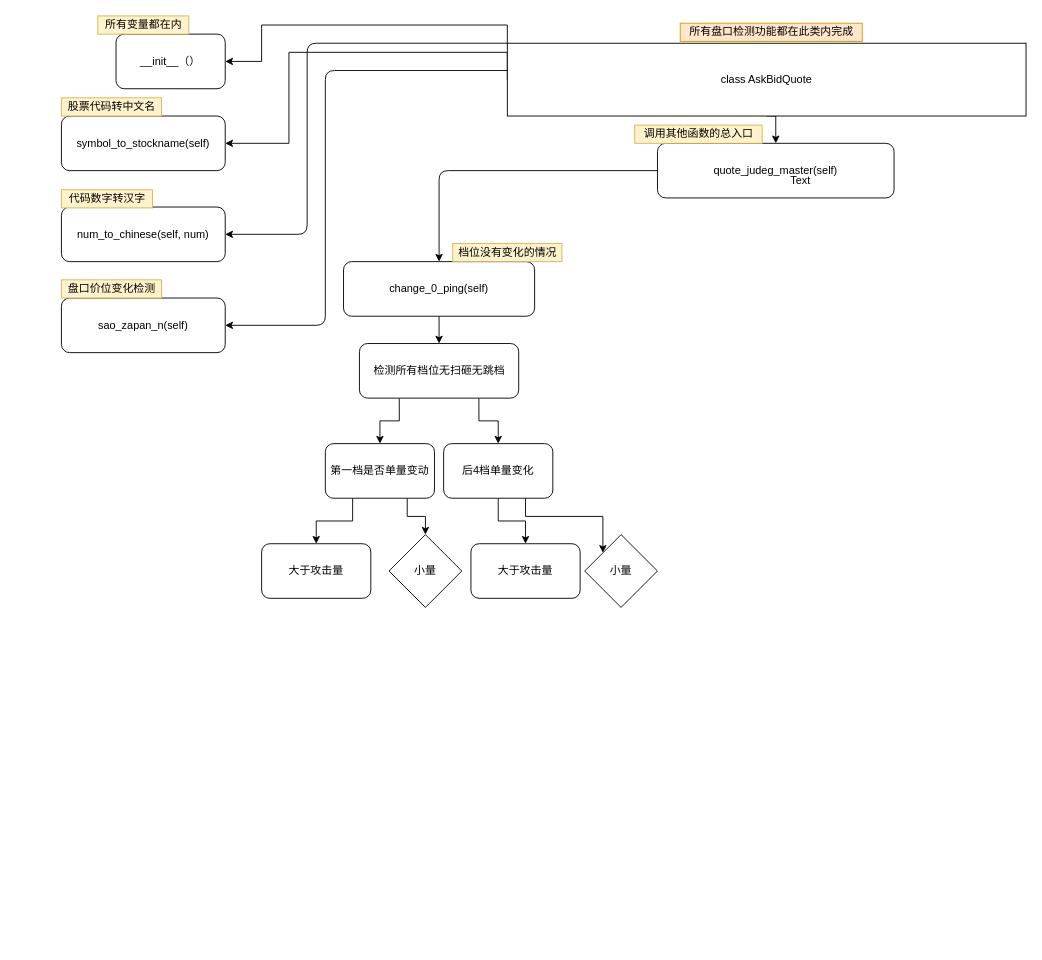
Before: AskBidQuote.drawio in liangshanbovsluomio/Quote_Quant_Process_Control, a draw.io diagram. Source tidied: cells renumbered, new cells numbered last; positions are measured from the earlier drawing's top-left corner, leaving out a move shared by most shapes. Both pictures are drawn from the tidied source at 91%, with x=0, y=0 at pixel (61, 15).
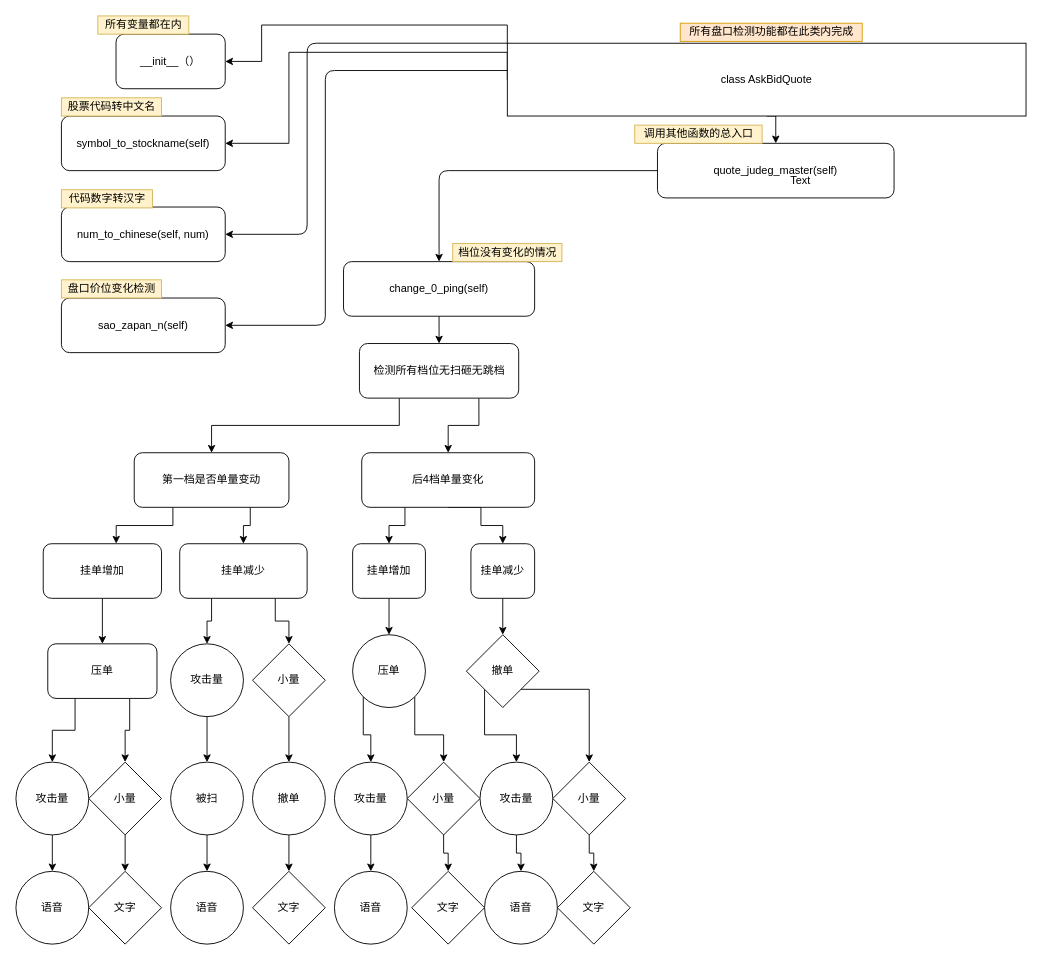
The same page after the edit.

What changed in the source:
```diff
@@
-    <mxCell id="27" style="edgeStyle=orthogonalEdgeStyle;rounded=0;jettySize=auto;html=1;exitX=0.25;exitY=1;exitDx=0;exitDy=0;entryX=0.5;entryY=0;entryDx=0;entryDy=0;" parent="1" edge="1" source="29" target="33">
-      <mxGeometry relative="1" as="geometry" />
-    </mxCell>
-    <mxCell id="28" style="edgeStyle=orthogonalEdgeStyle;rounded=0;jettySize=auto;html=1;exitX=0.75;exitY=1;exitDx=0;exitDy=0;entryX=0.5;entryY=0;entryDx=0;entryDy=0;" parent="1" edge="1" source="29" target="34">
-      <mxGeometry relative="1" as="geometry" />
-    </mxCell>
+    <mxCell id="37" style="edgeStyle=orthogonalEdgeStyle;rounded=0;jettySize=auto;html=1;exitX=0.25;exitY=1;exitDx=0;exitDy=0;entryX=0.617;entryY=-0.002;entryDx=0;entryDy=0;entryPerimeter=0;" parent="1" edge="1" source="29" target="47">
+      <mxGeometry relative="1" as="geometry" />
+    </mxCell>
+    <mxCell id="38" style="edgeStyle=orthogonalEdgeStyle;rounded=0;jettySize=auto;html=1;exitX=0.75;exitY=1;exitDx=0;exitDy=0;entryX=0.5;entryY=0;entryDx=0;entryDy=0;" parent="1" edge="1" source="29" target="50">
+      <mxGeometry relative="1" as="geometry" />
+    </mxCell>
     <mxCell id="29" value="&lt;div&gt;第一档是否单量变动&lt;/div&gt;" style="rounded=1;whiteSpace=wrap;html=1;" parent="1" vertex="1">
-      <mxGeometry x="290" y="470" width="120" height="60" as="geometry" />
+      <mxGeometry x="80" y="480" width="170" height="60" as="geometry" />
     </mxCell>
     <mxCell id="30" style="edgeStyle=orthogonalEdgeStyle;rounded=0;jettySize=auto;html=1;exitX=0.5;exitY=1;exitDx=0;exitDy=0;" parent="1" edge="1" source="32" target="35">
-      <mxGeometry relative="1" as="geometry" />
+      <mxGeometry relative="1" as="geometry">
+        <Array as="points">
+          <mxPoint x="461" y="540" />
+          <mxPoint x="461" y="560" />
+          <mxPoint x="485" y="560" />
+        </Array>
+      </mxGeometry>
     </mxCell>
-    <mxCell id="31" style="edgeStyle=orthogonalEdgeStyle;rounded=0;jettySize=auto;html=1;exitX=0.75;exitY=1;exitDx=0;exitDy=0;entryX=0;entryY=0;entryDx=0;entryDy=0;" parent="1" edge="1" source="32" target="36">
-      <mxGeometry relative="1" as="geometry" />
-    </mxCell>
+    <mxCell id="39" style="edgeStyle=orthogonalEdgeStyle;rounded=0;jettySize=auto;html=1;exitX=0.25;exitY=1;exitDx=0;exitDy=0;entryX=0.5;entryY=0;entryDx=0;entryDy=0;" parent="1" edge="1" source="32" target="43">
+      <mxGeometry relative="1" as="geometry" />
+    </mxCell>
     <mxCell id="32" value="后4档单量变化" style="rounded=1;whiteSpace=wrap;html=1;" parent="1" vertex="1">
-      <mxGeometry x="420" y="470" width="120" height="60" as="geometry" />
+      <mxGeometry x="330" y="480" width="190" height="60" as="geometry" />
     </mxCell>
-    <mxCell id="33" value="&lt;div&gt;大于攻击量&lt;/div&gt;" style="rounded=1;whiteSpace=wrap;html=1;" parent="1" vertex="1">
-      <mxGeometry x="220" y="580" width="120" height="60" as="geometry" />
-    </mxCell>
+    <mxCell id="40" style="edgeStyle=orthogonalEdgeStyle;rounded=0;jettySize=auto;html=1;exitX=0.5;exitY=1;exitDx=0;exitDy=0;entryX=0.5;entryY=0;entryDx=0;entryDy=0;" parent="1" edge="1" source="34" target="60">
+      <mxGeometry relative="1" as="geometry" />
+    </mxCell>
     <mxCell id="34" value="小量" style="rhombus;whiteSpace=wrap;html=1;" parent="1" vertex="1">
-      <mxGeometry x="360" y="570" width="80" height="80" as="geometry" />
+      <mxGeometry x="30" y="820" width="80" height="80" as="geometry" />
     </mxCell>
+    <mxCell id="41" style="edgeStyle=orthogonalEdgeStyle;rounded=0;jettySize=auto;html=1;exitX=0.5;exitY=1;exitDx=0;exitDy=0;entryX=0.5;entryY=0;entryDx=0;entryDy=0;" parent="1" edge="1" source="35" target="71">
+      <mxGeometry relative="1" as="geometry" />
+    </mxCell>
-    <mxCell id="35" value="&lt;div&gt;大于攻击量&lt;/div&gt;" style="rounded=1;whiteSpace=wrap;html=1;" parent="1" vertex="1">
-      <mxGeometry x="450" y="580" width="120" height="60" as="geometry" />
+    <mxCell id="35" value="挂单减少" style="rounded=1;whiteSpace=wrap;html=1;" parent="1" vertex="1">
+      <mxGeometry x="450" y="580" width="70" height="60" as="geometry" />
     </mxCell>
-    <mxCell id="36" value="小量" style="rhombus;whiteSpace=wrap;html=1;" parent="1" vertex="1">
-      <mxGeometry x="575" y="570" width="80" height="80" as="geometry" />
-    </mxCell>
+    <mxCell id="42" style="edgeStyle=orthogonalEdgeStyle;rounded=0;jettySize=auto;html=1;exitX=0.5;exitY=1;exitDx=0;exitDy=0;entryX=0.5;entryY=0;entryDx=0;entryDy=0;" parent="1" edge="1" source="43" target="68">
+      <mxGeometry relative="1" as="geometry" />
+    </mxCell>
+    <mxCell id="43" value="挂单增加" style="rounded=1;whiteSpace=wrap;html=1;" parent="1" vertex="1">
+      <mxGeometry x="320" y="580" width="80" height="60" as="geometry" />
+    </mxCell>
+    <mxCell id="44" style="edgeStyle=orthogonalEdgeStyle;rounded=0;jettySize=auto;html=1;exitX=0.5;exitY=1;exitDx=0;exitDy=0;entryX=0.5;entryY=0;entryDx=0;entryDy=0;" parent="1" edge="1" source="45" target="56">
+      <mxGeometry relative="1" as="geometry" />
+    </mxCell>
+    <mxCell id="45" value="攻击量" style="ellipse;whiteSpace=wrap;html=1;" parent="1" vertex="1">
+      <mxGeometry x="120" y="690" width="80" height="80" as="geometry" />
+    </mxCell>
+    <mxCell id="46" style="edgeStyle=orthogonalEdgeStyle;rounded=0;jettySize=auto;html=1;exitX=0.5;exitY=1;exitDx=0;exitDy=0;entryX=0.5;entryY=0;entryDx=0;entryDy=0;" parent="1" edge="1" source="47" target="65">
+      <mxGeometry relative="1" as="geometry" />
+    </mxCell>
+    <mxCell id="47" value="挂单增加" style="rounded=1;whiteSpace=wrap;html=1;" parent="1" vertex="1">
+      <mxGeometry x="-20" y="580" width="130" height="60" as="geometry" />
+    </mxCell>
+    <mxCell id="48" style="edgeStyle=orthogonalEdgeStyle;rounded=0;jettySize=auto;html=1;exitX=0.25;exitY=1;exitDx=0;exitDy=0;entryX=0.5;entryY=0;entryDx=0;entryDy=0;" parent="1" edge="1" source="50" target="45">
+      <mxGeometry relative="1" as="geometry" />
+    </mxCell>
+    <mxCell id="49" style="edgeStyle=orthogonalEdgeStyle;rounded=0;jettySize=auto;html=1;exitX=0.75;exitY=1;exitDx=0;exitDy=0;entryX=0.5;entryY=0;entryDx=0;entryDy=0;" parent="1" edge="1" source="50" target="52">
+      <mxGeometry relative="1" as="geometry" />
+    </mxCell>
+    <mxCell id="50" value="挂单减少" style="rounded=1;whiteSpace=wrap;html=1;" parent="1" vertex="1">
+      <mxGeometry x="130" y="580" width="140" height="60" as="geometry" />
+    </mxCell>
+    <mxCell id="51" style="edgeStyle=orthogonalEdgeStyle;rounded=0;jettySize=auto;html=1;exitX=0.5;exitY=1;exitDx=0;exitDy=0;entryX=0.5;entryY=0;entryDx=0;entryDy=0;" parent="1" edge="1" source="52" target="58">
+      <mxGeometry relative="1" as="geometry" />
+    </mxCell>
+    <mxCell id="52" value="小量" style="rhombus;whiteSpace=wrap;html=1;" parent="1" vertex="1">
+      <mxGeometry x="210" y="690" width="80" height="80" as="geometry" />
+    </mxCell>
+    <mxCell id="53" style="edgeStyle=orthogonalEdgeStyle;rounded=0;jettySize=auto;html=1;exitX=0.5;exitY=1;exitDx=0;exitDy=0;entryX=0.5;entryY=0;entryDx=0;entryDy=0;" parent="1" edge="1" source="54" target="59">
+      <mxGeometry relative="1" as="geometry" />
+    </mxCell>
+    <mxCell id="54" value="攻击量" style="ellipse;whiteSpace=wrap;html=1;" parent="1" vertex="1">
+      <mxGeometry x="-50" y="820" width="80" height="80" as="geometry" />
+    </mxCell>
+    <mxCell id="55" style="edgeStyle=orthogonalEdgeStyle;rounded=0;jettySize=auto;html=1;exitX=0.5;exitY=1;exitDx=0;exitDy=0;entryX=0.5;entryY=0;entryDx=0;entryDy=0;" parent="1" edge="1" source="56" target="61">
+      <mxGeometry relative="1" as="geometry" />
+    </mxCell>
+    <mxCell id="56" value="&lt;div&gt;被扫&lt;/div&gt;" style="ellipse;whiteSpace=wrap;html=1;" parent="1" vertex="1">
+      <mxGeometry x="120" y="820" width="80" height="80" as="geometry" />
+    </mxCell>
+    <mxCell id="57" style="edgeStyle=orthogonalEdgeStyle;rounded=0;jettySize=auto;html=1;exitX=0.5;exitY=1;exitDx=0;exitDy=0;entryX=0.5;entryY=0;entryDx=0;entryDy=0;" parent="1" edge="1" source="58" target="62">
+      <mxGeometry relative="1" as="geometry" />
+    </mxCell>
+    <mxCell id="58" value="撤单" style="ellipse;whiteSpace=wrap;html=1;" parent="1" vertex="1">
+      <mxGeometry x="210" y="820" width="80" height="80" as="geometry" />
+    </mxCell>
+    <mxCell id="59" value="语音" style="ellipse;whiteSpace=wrap;html=1;" parent="1" vertex="1">
+      <mxGeometry x="-50" y="940" width="80" height="80" as="geometry" />
+    </mxCell>
+    <mxCell id="60" value="文字" style="rhombus;whiteSpace=wrap;html=1;" parent="1" vertex="1">
+      <mxGeometry x="30" y="940" width="80" height="80" as="geometry" />
+    </mxCell>
+    <mxCell id="61" value="语音" style="ellipse;whiteSpace=wrap;html=1;" parent="1" vertex="1">
+      <mxGeometry x="120" y="940" width="80" height="80" as="geometry" />
+    </mxCell>
+    <mxCell id="62" value="文字" style="rhombus;whiteSpace=wrap;html=1;" parent="1" vertex="1">
+      <mxGeometry x="210" y="940" width="80" height="80" as="geometry" />
+    </mxCell>
+    <mxCell id="63" style="edgeStyle=orthogonalEdgeStyle;rounded=0;jettySize=auto;html=1;exitX=0.25;exitY=1;exitDx=0;exitDy=0;entryX=0.5;entryY=0;entryDx=0;entryDy=0;" parent="1" edge="1" source="65" target="54">
+      <mxGeometry relative="1" as="geometry" />
+    </mxCell>
+    <mxCell id="64" style="edgeStyle=orthogonalEdgeStyle;rounded=0;jettySize=auto;html=1;exitX=0.75;exitY=1;exitDx=0;exitDy=0;" parent="1" edge="1" source="65" target="34">
+      <mxGeometry relative="1" as="geometry" />
+    </mxCell>
+    <mxCell id="65" value="压单" style="rounded=1;whiteSpace=wrap;html=1;" parent="1" vertex="1">
+      <mxGeometry x="-15" y="690" width="120" height="60" as="geometry" />
+    </mxCell>
+    <mxCell id="66" style="edgeStyle=orthogonalEdgeStyle;rounded=0;jettySize=auto;html=1;exitX=0;exitY=1;exitDx=0;exitDy=0;entryX=0.5;entryY=0;entryDx=0;entryDy=0;" parent="1" edge="1" source="68" target="73">
+      <mxGeometry relative="1" as="geometry" />
+    </mxCell>
+    <mxCell id="67" style="edgeStyle=orthogonalEdgeStyle;rounded=0;jettySize=auto;html=1;exitX=1;exitY=1;exitDx=0;exitDy=0;entryX=0.5;entryY=0;entryDx=0;entryDy=0;" parent="1" edge="1" source="68" target="75">
+      <mxGeometry relative="1" as="geometry" />
+    </mxCell>
+    <mxCell id="68" value="压单" style="ellipse;whiteSpace=wrap;html=1;" parent="1" vertex="1">
+      <mxGeometry x="320" y="680" width="80" height="80" as="geometry" />
+    </mxCell>
+    <mxCell id="69" style="edgeStyle=orthogonalEdgeStyle;rounded=0;jettySize=auto;html=1;exitX=0;exitY=1;exitDx=0;exitDy=0;entryX=0.5;entryY=0;entryDx=0;entryDy=0;" parent="1" edge="1" source="71" target="77">
+      <mxGeometry relative="1" as="geometry" />
+    </mxCell>
+    <mxCell id="70" style="edgeStyle=orthogonalEdgeStyle;rounded=0;jettySize=auto;html=1;exitX=1;exitY=1;exitDx=0;exitDy=0;" parent="1" edge="1" source="71" target="79">
+      <mxGeometry relative="1" as="geometry" />
+    </mxCell>
+    <mxCell id="71" value="撤单" style="rhombus;whiteSpace=wrap;html=1;" parent="1" vertex="1">
+      <mxGeometry x="445" y="680" width="80" height="80" as="geometry" />
+    </mxCell>
+    <mxCell id="72" style="edgeStyle=orthogonalEdgeStyle;rounded=0;jettySize=auto;html=1;exitX=0.5;exitY=1;exitDx=0;exitDy=0;entryX=0.5;entryY=0;entryDx=0;entryDy=0;" parent="1" edge="1" source="73" target="80">
+      <mxGeometry relative="1" as="geometry" />
+    </mxCell>
+    <mxCell id="73" value="攻击量" style="ellipse;whiteSpace=wrap;html=1;" parent="1" vertex="1">
+      <mxGeometry x="300" y="820" width="80" height="80" as="geometry" />
+    </mxCell>
+    <mxCell id="74" style="edgeStyle=orthogonalEdgeStyle;rounded=0;jettySize=auto;html=1;exitX=0.5;exitY=1;exitDx=0;exitDy=0;entryX=0.5;entryY=0;entryDx=0;entryDy=0;" parent="1" edge="1" source="75" target="81">
+      <mxGeometry relative="1" as="geometry" />
+    </mxCell>
+    <mxCell id="75" value="小量" style="rhombus;whiteSpace=wrap;html=1;" parent="1" vertex="1">
+      <mxGeometry x="380" y="820" width="80" height="80" as="geometry" />
+    </mxCell>
+    <mxCell id="76" style="edgeStyle=orthogonalEdgeStyle;rounded=0;jettySize=auto;html=1;exitX=0.5;exitY=1;exitDx=0;exitDy=0;entryX=0.5;entryY=0;entryDx=0;entryDy=0;" parent="1" edge="1" source="77" target="82">
+      <mxGeometry relative="1" as="geometry" />
+    </mxCell>
+    <mxCell id="77" value="攻击量" style="ellipse;whiteSpace=wrap;html=1;" parent="1" vertex="1">
+      <mxGeometry x="460" y="820" width="80" height="80" as="geometry" />
+    </mxCell>
+    <mxCell id="78" style="edgeStyle=orthogonalEdgeStyle;rounded=0;jettySize=auto;html=1;exitX=0.5;exitY=1;exitDx=0;exitDy=0;entryX=0.5;entryY=0;entryDx=0;entryDy=0;" parent="1" edge="1" source="79" target="83">
+      <mxGeometry relative="1" as="geometry" />
+    </mxCell>
+    <mxCell id="79" value="小量" style="rhombus;whiteSpace=wrap;html=1;" parent="1" vertex="1">
+      <mxGeometry x="540" y="820" width="80" height="80" as="geometry" />
+    </mxCell>
+    <mxCell id="80" value="语音" style="ellipse;whiteSpace=wrap;html=1;" parent="1" vertex="1">
+      <mxGeometry x="300" y="940" width="80" height="80" as="geometry" />
+    </mxCell>
+    <mxCell id="81" value="文字" style="rhombus;whiteSpace=wrap;html=1;" parent="1" vertex="1">
+      <mxGeometry x="385" y="940" width="80" height="80" as="geometry" />
+    </mxCell>
+    <mxCell id="82" value="语音" style="ellipse;whiteSpace=wrap;html=1;" parent="1" vertex="1">
+      <mxGeometry x="465" y="940" width="80" height="80" as="geometry" />
+    </mxCell>
+    <mxCell id="83" value="文字" style="rhombus;whiteSpace=wrap;html=1;" parent="1" vertex="1">
+      <mxGeometry x="545" y="940" width="80" height="80" as="geometry" />
+    </mxCell>
```
